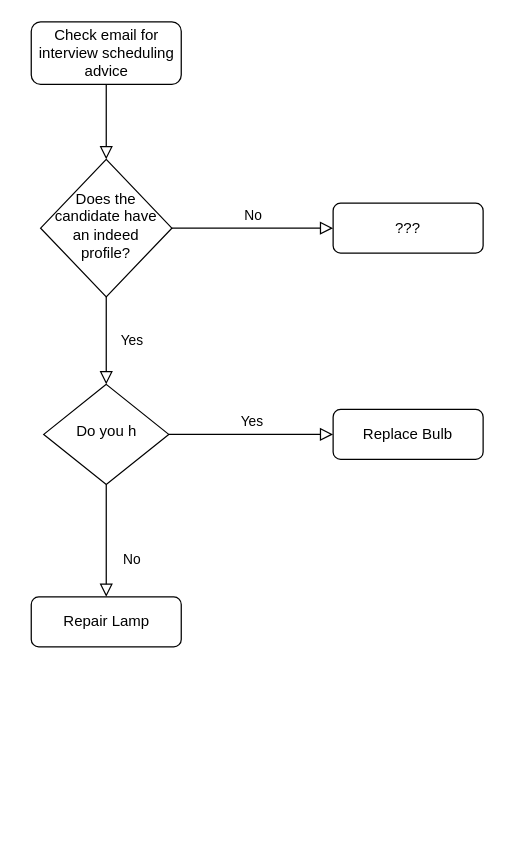
Above: Untitled Diagram.drawio in MatzKing/share-course (draw.io), before the change. Source tidied: cells renumbered, new cells numbered last; positions are measured from the earlier drawing's top-left corner, leaving out a move shared by most shapes. Both pictures are drawn from the tidied source at 125%, with x=0, y=0 at pixel (30, 21).
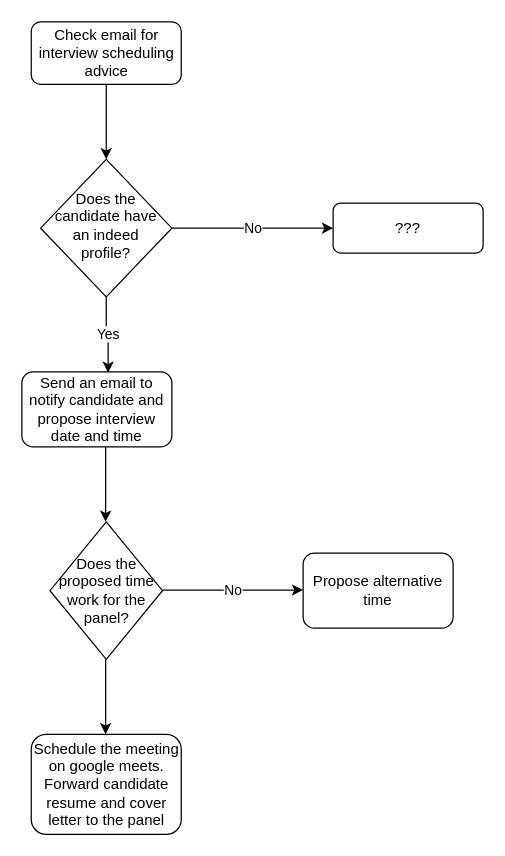
The same page after the edit.

Diff of the diagram source:
```diff
@@
 <mxGraphModel>
   <root>
     <mxCell id="0" />
     <mxCell id="1" parent="0" />
-    <mxCell id="2" style="rounded=0;html=1;jettySize=auto;fontSize=11;endArrow=block;endFill=0;endSize=8;strokeWidth=1;shadow=0;labelBackgroundColor=none;edgeStyle=orthogonalEdgeStyle;" parent="1" edge="1" source="3" target="6">
+    <mxCell id="2" style="edgeStyle=orthogonalEdgeStyle;rounded=0;jettySize=auto;html=1;" parent="1" edge="1" source="3" target="6">
       <mxGeometry relative="1" as="geometry" />
     </mxCell>
     <mxCell id="3" value="Check email for interview scheduling advice" style="rounded=1;whiteSpace=wrap;html=1;fontSize=12;glass=0;strokeWidth=1;shadow=0;" parent="1" vertex="1">
       <mxGeometry x="0.5" width="120" height="50" as="geometry" />
     </mxCell>
-    <mxCell id="4" value="Yes" style="rounded=0;html=1;jettySize=auto;fontSize=11;endArrow=block;endFill=0;endSize=8;strokeWidth=1;shadow=0;labelBackgroundColor=none;edgeStyle=orthogonalEdgeStyle;" parent="1" edge="1" source="6" target="10">
-      <mxGeometry y="20" relative="1" as="geometry" />
-    </mxCell>
+    <mxCell id="13" value="Yes" style="edgeStyle=orthogonalEdgeStyle;rounded=0;jettySize=auto;html=1;exitX=0.5;exitY=1;exitDx=0;exitDy=0;entryX=0.575;entryY=0.011;entryDx=0;entryDy=0;entryPerimeter=0;" parent="1" edge="1" source="6" target="14">
+      <mxGeometry relative="1" as="geometry" />
+    </mxCell>
-    <mxCell id="5" value="No" style="edgeStyle=orthogonalEdgeStyle;rounded=0;html=1;jettySize=auto;fontSize=11;endArrow=block;endFill=0;endSize=8;strokeWidth=1;shadow=0;labelBackgroundColor=none;" parent="1" edge="1" source="6" target="7">
-      <mxGeometry y="10" relative="1" as="geometry" />
+    <mxCell id="5" value="No" style="edgeStyle=orthogonalEdgeStyle;rounded=0;jettySize=auto;html=1;entryX=0;entryY=0.5;entryDx=0;entryDy=0;" parent="1" edge="1" source="6" target="7">
+      <mxGeometry relative="1" as="geometry" />
     </mxCell>
     <mxCell id="6" value="Does the candidate have an indeed profile?" style="rhombus;whiteSpace=wrap;html=1;shadow=0;fontFamily=Helvetica;fontSize=12;align=center;strokeWidth=1;spacing=6;spacingTop=-4;" parent="1" vertex="1">
       <mxGeometry x="8" y="110" width="105" height="110" as="geometry" />
     </mxCell>
     <mxCell id="7" value="???" style="rounded=1;whiteSpace=wrap;html=1;fontSize=12;glass=0;strokeWidth=1;shadow=0;" parent="1" vertex="1">
       <mxGeometry x="242" y="145" width="120" height="40" as="geometry" />
     </mxCell>
-    <mxCell id="8" value="No" style="rounded=0;html=1;jettySize=auto;fontSize=11;endArrow=block;endFill=0;endSize=8;strokeWidth=1;shadow=0;labelBackgroundColor=none;edgeStyle=orthogonalEdgeStyle;" parent="1" edge="1" source="10" target="11">
-      <mxGeometry x="0.33" y="20" relative="1" as="geometry" />
-    </mxCell>
-    <mxCell id="9" value="Yes" style="edgeStyle=orthogonalEdgeStyle;rounded=0;html=1;jettySize=auto;fontSize=11;endArrow=block;endFill=0;endSize=8;strokeWidth=1;shadow=0;labelBackgroundColor=none;" parent="1" edge="1" source="10" target="12">
-      <mxGeometry y="10" relative="1" as="geometry" />
-    </mxCell>
-    <mxCell id="10" value="Do you h" style="rhombus;whiteSpace=wrap;html=1;shadow=0;fontFamily=Helvetica;fontSize=12;align=center;strokeWidth=1;spacing=6;spacingTop=-4;" parent="1" vertex="1">
-      <mxGeometry x="10.5" y="290" width="100" height="80" as="geometry" />
-    </mxCell>
-    <mxCell id="11" value="Repair Lamp" style="rounded=1;whiteSpace=wrap;html=1;fontSize=12;glass=0;strokeWidth=1;shadow=0;" parent="1" vertex="1">
-      <mxGeometry x="0.5" y="460" width="120" height="40" as="geometry" />
-    </mxCell>
-    <mxCell id="12" value="Replace Bulb" style="rounded=1;whiteSpace=wrap;html=1;fontSize=12;glass=0;strokeWidth=1;shadow=0;" parent="1" vertex="1">
-      <mxGeometry x="242" y="310" width="120" height="40" as="geometry" />
-    </mxCell>
+    <mxCell id="14" value="Send an email to notify candidate and propose interview date and time" style="rounded=1;whiteSpace=wrap;html=1;" parent="1" vertex="1">
+      <mxGeometry x="-7" y="280" width="120" height="60" as="geometry" />
+    </mxCell>
+    <mxCell id="15" style="endArrow=classic;html=1;" parent="1" edge="1">
+      <mxGeometry relative="1" as="geometry">
+        <mxPoint x="60" y="340" as="sourcePoint" />
+        <mxPoint x="60" y="400" as="targetPoint" />
+      </mxGeometry>
+    </mxCell>
+    <mxCell id="16" value="Does the proposed time work for the panel?" style="rhombus;whiteSpace=wrap;html=1;" parent="1" vertex="1">
+      <mxGeometry x="15.5" y="400" width="90" height="110" as="geometry" />
+    </mxCell>
+    <mxCell id="17" value="No" style="endArrow=classic;html=1;" parent="1" edge="1">
+      <mxGeometry relative="1" as="geometry">
+        <mxPoint x="105.5" y="454.5" as="sourcePoint" />
+        <mxPoint x="218" y="454.5" as="targetPoint" />
+      </mxGeometry>
+    </mxCell>
+    <mxCell id="18" style="endArrow=classic;html=1;" parent="1" edge="1">
+      <mxGeometry relative="1" as="geometry">
+        <mxPoint x="60" y="510" as="sourcePoint" />
+        <mxPoint x="60" y="570" as="targetPoint" />
+      </mxGeometry>
+    </mxCell>
+    <mxCell id="19" value="Schedule the meeting on google meets.&lt;br&gt;Forward candidate resume and cover letter to the panel" style="rounded=1;whiteSpace=wrap;html=1;" parent="1" vertex="1">
+      <mxGeometry x="0.5" y="570" width="120" height="80" as="geometry" />
+    </mxCell>
+    <mxCell id="20" value="Propose alternative time" style="rounded=1;whiteSpace=wrap;html=1;" parent="1" vertex="1">
+      <mxGeometry x="218" y="425" width="120" height="60" as="geometry" />
+    </mxCell>
   </root>
 </mxGraphModel>
```
